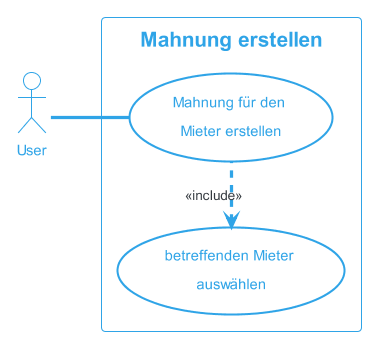
sirtheta/ImmoGlobal_Semesterarbeit keeps this PlantUML diagram as docs/content/diagrams/out/usecase/mahnungGenerieren/MahnungErstellen.png. Above is the earlier version.
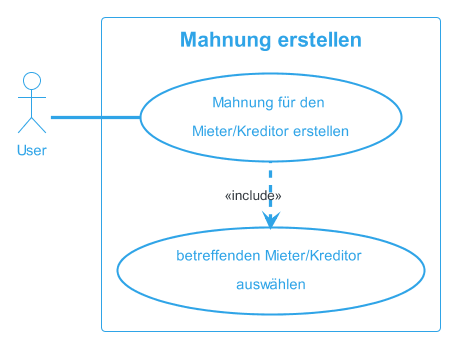
After the commit.

Diff of the diagram source:
```diff
@@ -4,8 +4,8 @@
 left to right direction
 actor "User" as fc
 rectangle "Mahnung erstellen" {
-  usecase "Mahnung für den \nMieter erstellen" as UC1
-  usecase "betreffenden Mieter \nauswählen"as inc1
+  usecase "Mahnung für den \nMieter/Kreditor erstellen" as UC1
+  usecase "betreffenden Mieter/Kreditor \nauswählen"as inc1
 
 }
 fc -- UC1
```
